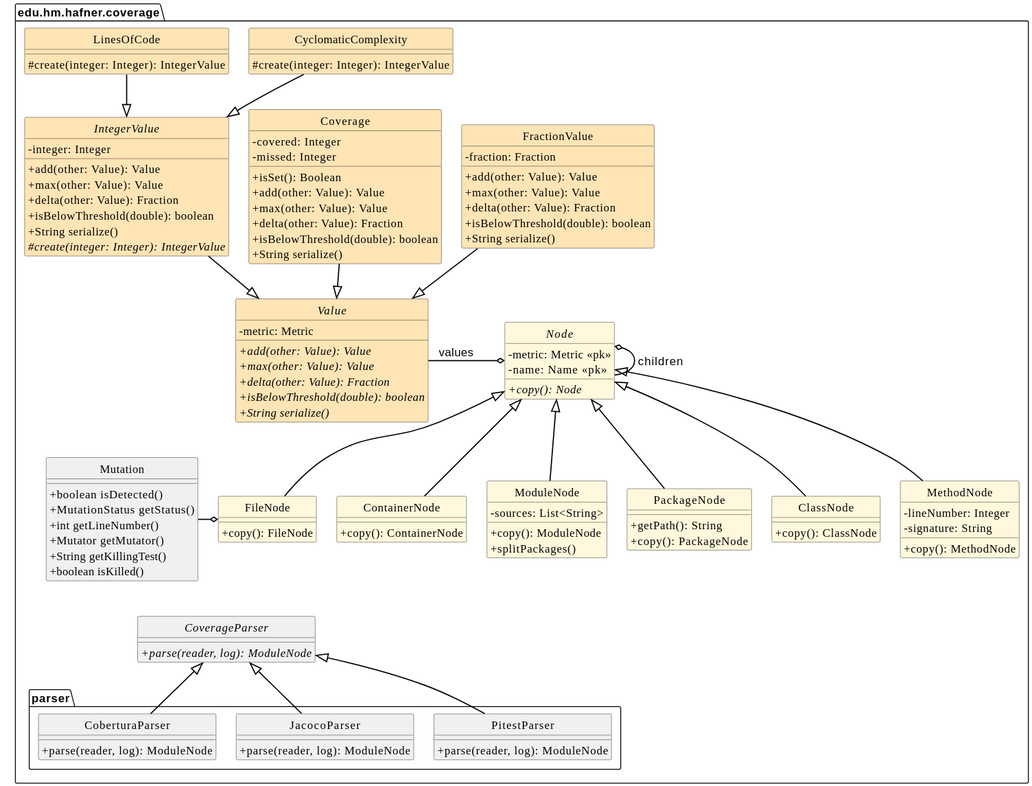
Earlier version of the PlantUML export doc/static-structure.svg (jenkinsci/coverage-model). Its diagram source:
```plantuml
@startuml
hide circle
hide stereotype

skinparam class {
  BackgroundColor #f0f0f0
  BorderColor #a0a0a0
  BackgroundColor<<Nodes>> cornsilk
  BackgroundColor<<Values>> moccasin
  BorderColor black
  ArrowColor black
  FontName  Arial Unicode MS
  FontSize 20
}
skinparam classFontSize 24
skinparam classAttributeIconSize 0
skinparam defaultFontSize 20

skinparam ArrowColor black
skinparam ArrowThickness 2

package coverage as "edu.hm.hafner.coverage" {
abstract class CoverageParser {
+ {abstract}parse(reader, log): ModuleNode
}

class parser.CoberturaParser {
+ parse(reader, log): ModuleNode
}

class parser.JacocoParser {
+ parse(reader, log): ModuleNode
}

class parser.PitestParser {
+ parse(reader, log): ModuleNode
}

abstract class Node <<Nodes>> {
- metric: Metric <<pk>>
- name: Name <<pk>>

+ {abstract} copy(): Node
}

class ContainerNode <<Nodes>> {
+ copy(): ContainerNode
}

class ModuleNode <<Nodes>> {
- sources: List<String>
+ copy(): ModuleNode
+ splitPackages()
}

class PackageNode <<Nodes>> {
+ getPath(): String
+ copy(): PackageNode
}

class ClassNode <<Nodes>> {
+ copy(): ClassNode
}

class MethodNode <<Nodes>> {
- lineNumber: Integer
- signature: String
+ copy(): MethodNode
}

class FileNode <<Nodes>> {
+ copy(): FileNode
}

abstract class Value <<Values>> {
- metric: Metric
+ {abstract}add(other: Value): Value
+ {abstract}max(other: Value): Value
+ {abstract}delta(other: Value): Fraction
+ {abstract}isBelowThreshold(double): boolean
+ {abstract}String serialize()
}

class CyclomaticComplexity <<Values>> {
# create(integer: Integer): IntegerValue
}

class LinesOfCode <<Values>> {
# create(integer: Integer): IntegerValue
}

class Coverage <<Values>> {
- covered: Integer
- missed: Integer
+ isSet(): Boolean
+ add(other: Value): Value
+ max(other: Value): Value
+ delta(other: Value): Fraction
+ isBelowThreshold(double): boolean
+ String serialize()
}

class FractionValue <<Values>> {
- fraction: Fraction
+ add(other: Value): Value
+ max(other: Value): Value
+ delta(other: Value): Fraction
+ isBelowThreshold(double): boolean
+ String serialize()
}

abstract class IntegerValue <<Values>> {
- integer: Integer
+ add(other: Value): Value
+ max(other: Value): Value
+ delta(other: Value): Fraction
+ isBelowThreshold(double): boolean
+ String serialize()
# {abstract}create(integer: Integer): IntegerValue
}

class Mutation {
+ boolean isDetected()
+ MutationStatus getStatus()
+ int getLineNumber()
+ Mutator getMutator()
+ String getKillingTest()
+ boolean isKilled()
}

IntegerValue <|-up- LinesOfCode
IntegerValue <|-up- CyclomaticComplexity

Value <|-up- Coverage
Value <|-up- FractionValue
Value <|-up- IntegerValue

Node <|-- MethodNode
Node <|-- ClassNode
Node <|-- PackageNode
Node <|-- ModuleNode
Node <|-- ContainerNode
Node <|-- FileNode

CoverageParser <|-- parser.PitestParser
CoverageParser <|-- parser.JacocoParser
CoverageParser <|-- parser.CoberturaParser

Node o- Node: children

FileNode o-left- Mutation
Value -o Node : values\t
Value -[hidden]-- CoverageParser

}
@enduml
```
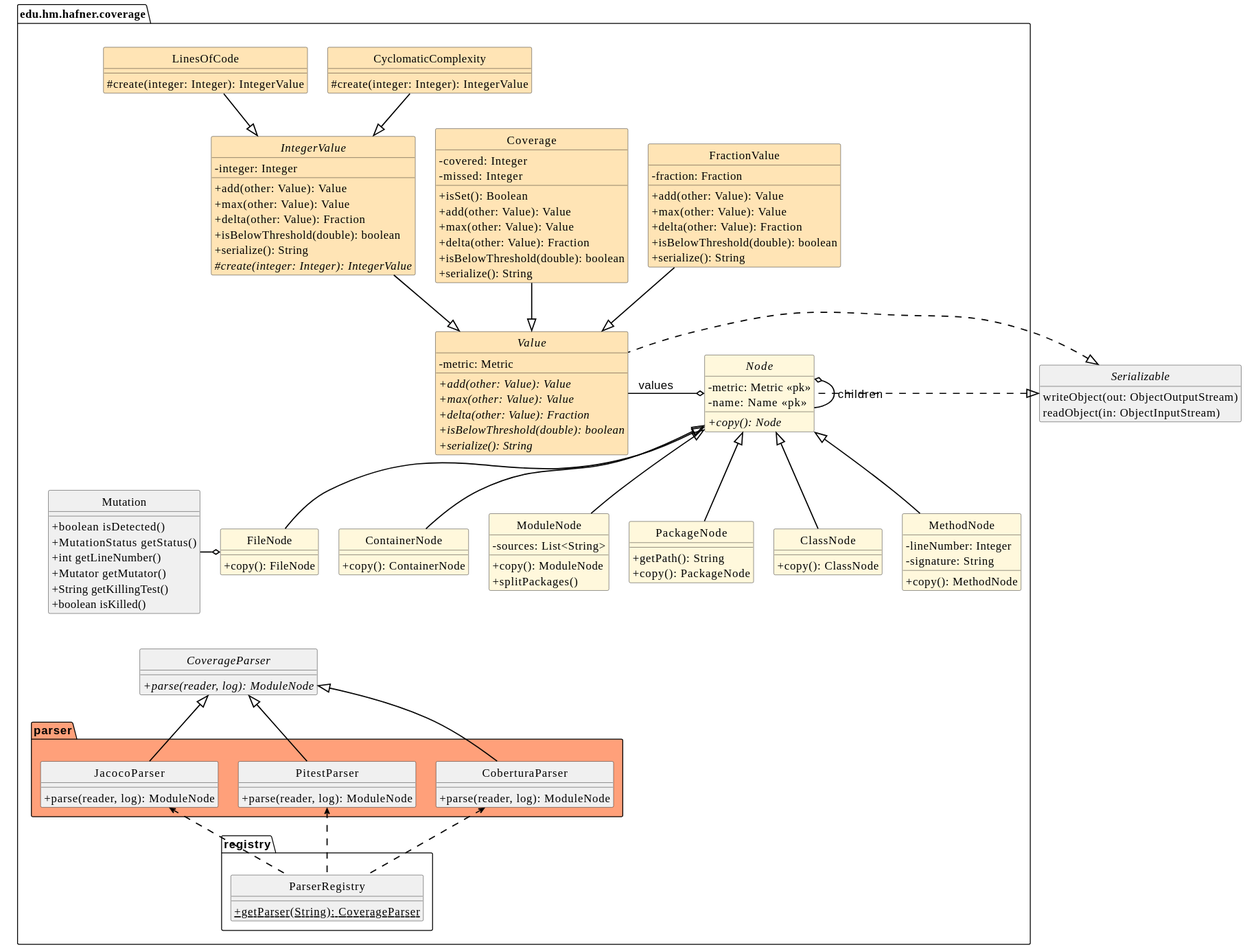
Above is the later version.

Commit message:
Mark internal package as such.

The edit, as a diff of the source:
```diff
@@ -12,6 +12,16 @@
   FontName  Arial Unicode MS
   FontSize 20
 }
+
+skinparam package {
+  BorderColor #a0a0a0
+  BackgroundColor<<internal>> lightsalmon
+  BorderColor black
+  ArrowColor black
+  FontName  Arial Unicode MS
+  FontSize 20
+}
+
 skinparam classFontSize 24
 skinparam classAttributeIconSize 0
 skinparam defaultFontSize 20
@@ -19,21 +29,31 @@
 skinparam ArrowColor black
 skinparam ArrowThickness 2
 
+interface Serializable <<interface>> {
+    writeObject(out: ObjectOutputStream)
+    readObject(in: ObjectInputStream)
+}
+
+hide Serializable fields
+
 package coverage as "edu.hm.hafner.coverage" {
+
+package parser <<internal>> {
+    class CoberturaParser {
+    + parse(reader, log): ModuleNode
+    }
+
+    class JacocoParser {
+    + parse(reader, log): ModuleNode
+    }
+
+    class PitestParser {
+    + parse(reader, log): ModuleNode
+    }
+}
+
 abstract class CoverageParser {
 + {abstract}parse(reader, log): ModuleNode
-}
-
-class parser.CoberturaParser {
-+ parse(reader, log): ModuleNode
-}
-
-class parser.JacocoParser {
-+ parse(reader, log): ModuleNode
-}
-
-class parser.PitestParser {
-+ parse(reader, log): ModuleNode
 }
 
 abstract class Node <<Nodes>> {
@@ -78,7 +98,7 @@
 + {abstract}max(other: Value): Value
 + {abstract}delta(other: Value): Fraction
 + {abstract}isBelowThreshold(double): boolean
-+ {abstract}String serialize()
++ {abstract}serialize(): String
 }
 
 class CyclomaticComplexity <<Values>> {
@@ -97,7 +117,7 @@
 + max(other: Value): Value
 + delta(other: Value): Fraction
 + isBelowThreshold(double): boolean
-+ String serialize()
++ serialize(): String
 }
 
 class FractionValue <<Values>> {
@@ -106,7 +126,7 @@
 + max(other: Value): Value
 + delta(other: Value): Fraction
 + isBelowThreshold(double): boolean
-+ String serialize()
++ serialize(): String
 }
 
 abstract class IntegerValue <<Values>> {
@@ -115,7 +135,7 @@
 + max(other: Value): Value
 + delta(other: Value): Fraction
 + isBelowThreshold(double): boolean
-+ String serialize()
++ serialize(): String
 # {abstract}create(integer: Integer): IntegerValue
 }
 
@@ -142,9 +162,19 @@
 Node <|-- ContainerNode
 Node <|-- FileNode
 
-CoverageParser <|-- parser.PitestParser
-CoverageParser <|-- parser.JacocoParser
-CoverageParser <|-- parser.CoberturaParser
+package registry {
+    class ParserRegistry {
+        + {static}getParser(String): CoverageParser
+    }
+
+    ParserRegistry .up.> CoberturaParser
+    ParserRegistry .up.> PitestParser
+    ParserRegistry .up.> JacocoParser
+}
+
+CoverageParser <|-- PitestParser
+CoverageParser <|-- JacocoParser
+CoverageParser <|-- CoberturaParser
 
 Node o- Node: children
 
@@ -152,5 +182,8 @@
 Value -o Node : values\t
 Value -[hidden]-- CoverageParser
 
+Serializable <|. Value : \t
+Serializable <|. Node
+
 }
 @enduml
```
